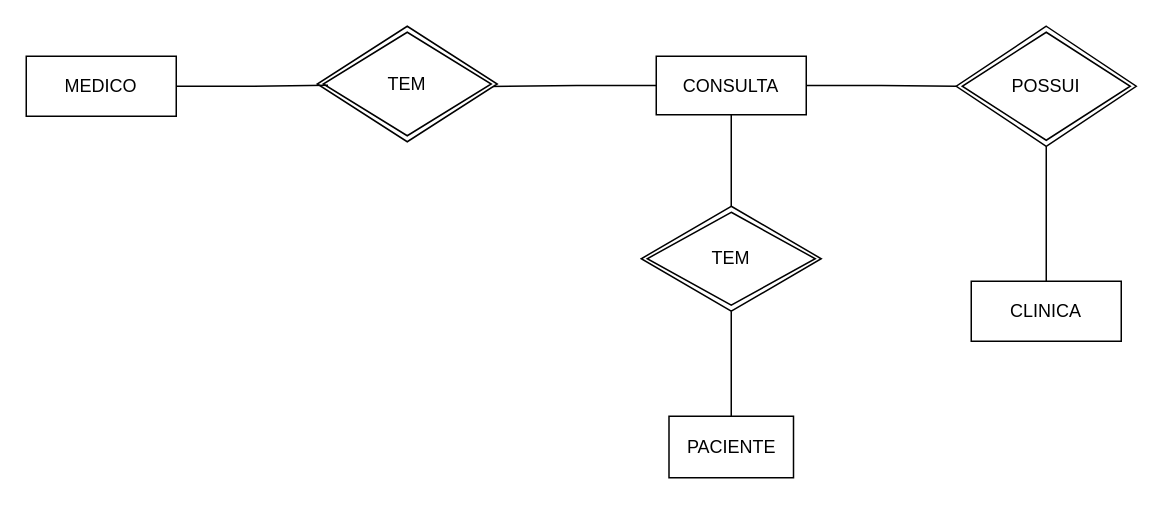
The draw.io diagram page "Conceitual - Clinica" (1 of 4) of Modelagem/ModelagemEcommerce.drawio in RosaSianga/Projeto_Ecommerce, before the edit. Source tidied: cells renumbered, new cells numbered last; positions are measured from the earlier drawing's top-left corner, leaving out a move shared by most shapes. Both pictures are drawn from the tidied source at 150%, with x=0, y=0 at pixel (26, 26).
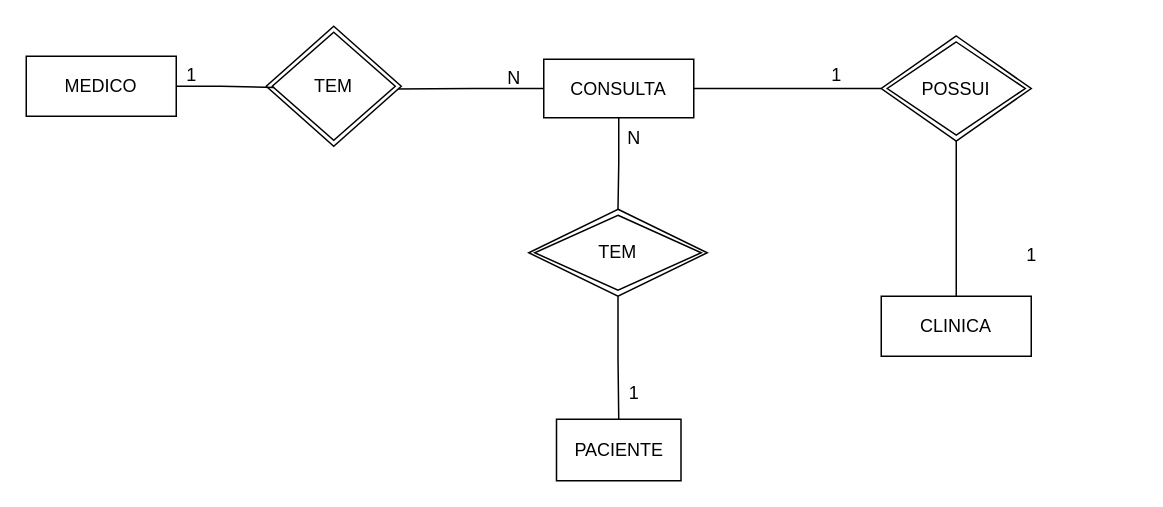
The same page after the edit.

Diff of the diagram source:
```diff
@@
     <mxCell id="6" value="CONSULTA" style="whiteSpace=wrap;html=1;align=center;" parent="1" vertex="1">
-      <mxGeometry x="420" y="20" width="100" height="39" as="geometry" />
+      <mxGeometry x="345" y="22" width="100" height="39" as="geometry" />
     </mxCell>
     <mxCell id="7" value="PACIENTE" style="whiteSpace=wrap;html=1;align=center;" parent="1" vertex="1">
-      <mxGeometry x="428.5" y="260" width="83" height="41" as="geometry" />
+      <mxGeometry x="353.5" y="262" width="83" height="41" as="geometry" />
     </mxCell>
@@
     <mxCell id="9" value="CLINICA" style="whiteSpace=wrap;html=1;align=center;" parent="1" vertex="1">
-      <mxGeometry x="630" y="170" width="100" height="40" as="geometry" />
+      <mxGeometry x="570" y="180" width="100" height="40" as="geometry" />
     </mxCell>
     <mxCell id="10" value="POSSUI" style="shape=rhombus;double=1;perimeter=rhombusPerimeter;whiteSpace=wrap;html=1;align=center;" parent="1" vertex="1">
-      <mxGeometry x="620" width="120" height="80" as="geometry" />
+      <mxGeometry x="570" y="6.5" width="100" height="70" as="geometry" />
     </mxCell>
     <mxCell id="11" value="TEM" style="shape=rhombus;double=1;perimeter=rhombusPerimeter;whiteSpace=wrap;html=1;align=center;" parent="1" vertex="1">
-      <mxGeometry x="194" width="120" height="77" as="geometry" />
+      <mxGeometry x="160" width="90" height="80" as="geometry" />
     </mxCell>
@@
     <mxCell id="13" value="TEM" style="shape=rhombus;double=1;perimeter=rhombusPerimeter;whiteSpace=wrap;html=1;align=center;" parent="1" vertex="1">
-      <mxGeometry x="410" y="120" width="120" height="70" as="geometry" />
+      <mxGeometry x="335" y="122" width="119" height="58" as="geometry" />
     </mxCell>
@@
+    <mxCell id="15" value="1" style="text;html=1;align=center;verticalAlign=middle;strokeColor=none;fillColor=none;" parent="1" vertex="1">
+      <mxGeometry x="95" y="18" width="30" height="30" as="geometry" />
+    </mxCell>
+    <mxCell id="16" value="N" style="text;html=1;align=center;verticalAlign=middle;strokeColor=none;fillColor=none;" parent="1" vertex="1">
+      <mxGeometry x="310" y="20" width="30" height="30" as="geometry" />
+    </mxCell>
+    <mxCell id="17" value="1" style="text;html=1;align=center;verticalAlign=middle;strokeColor=none;fillColor=none;" parent="1" vertex="1">
+      <mxGeometry x="390" y="230" width="30" height="30" as="geometry" />
+    </mxCell>
+    <mxCell id="18" value="N" style="text;html=1;align=center;verticalAlign=middle;strokeColor=none;fillColor=none;" parent="1" vertex="1">
+      <mxGeometry x="390" y="60" width="30" height="30" as="geometry" />
+    </mxCell>
+    <mxCell id="19" value="1" style="text;html=1;align=center;verticalAlign=middle;strokeColor=none;fillColor=none;" parent="1" vertex="1">
+      <mxGeometry x="525" y="18" width="30" height="30" as="geometry" />
+    </mxCell>
+    <mxCell id="20" value="1" style="text;html=1;align=center;verticalAlign=middle;strokeColor=none;fillColor=none;" parent="1" vertex="1">
+      <mxGeometry x="655" y="138" width="30" height="30" as="geometry" />
+    </mxCell>
```
